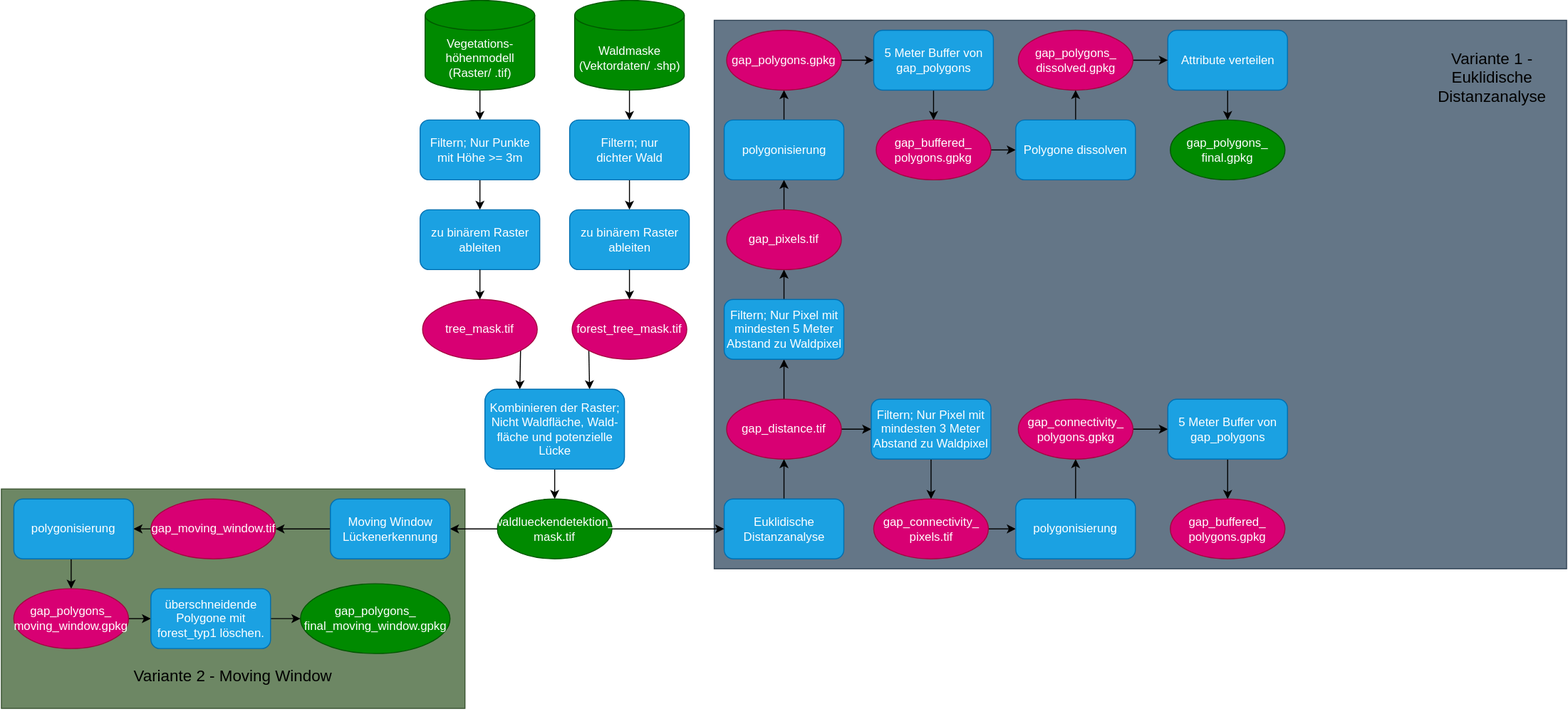
This is Lueckendetektion.drawio.svg from liobio72/Lueckendetektion, a draw.io export, as it was before one commit. Source tidied: cells renumbered, new cells last; positions are measured from the earlier drawing's top-left corner, leaving out a move shared by most shapes.
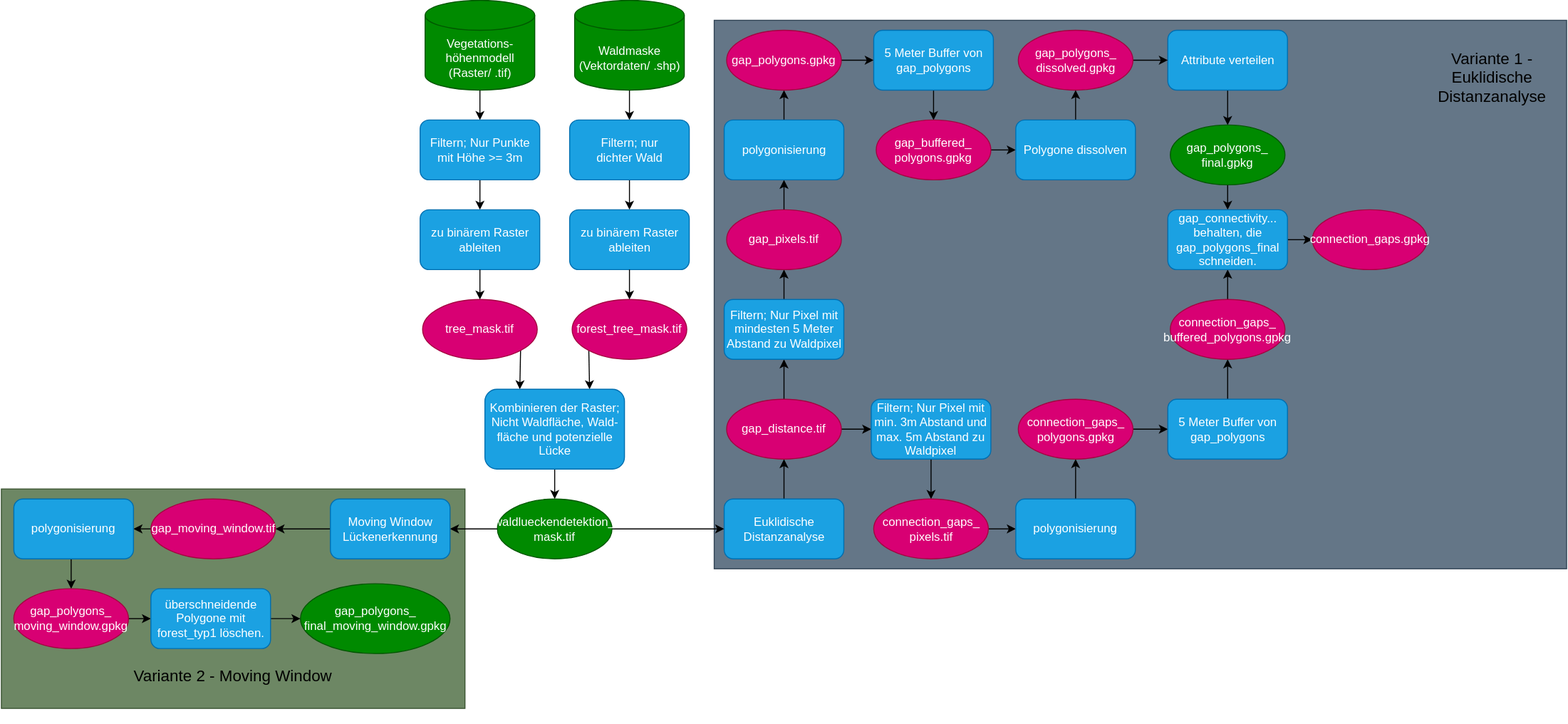
The same file after the commit.

Change to the diagram source:
```diff
@@ -140,8 +140,11 @@
     <mxCell id="47" value="Polygone dissolven" style="rounded=1;whiteSpace=wrap;html=1;fillColor=#1ba1e2;fontColor=#ffffff;strokeColor=#006EAF;" parent="1" vertex="1">
       <mxGeometry x="1017.5" y="120" width="120" height="60" as="geometry" />
     </mxCell>
+    <mxCell id="73" style="edgeStyle=orthogonalEdgeStyle;rounded=0;jettySize=auto;html=1;exitX=0.5;exitY=1;exitDx=0;exitDy=0;entryX=0.5;entryY=0;entryDx=0;entryDy=0;" parent="1" edge="1" source="48" target="76">
+      <mxGeometry relative="1" as="geometry" />
+    </mxCell>
     <mxCell id="48" value="gap_polygons_&lt;div&gt;final&lt;span style=&quot;background-color: transparent; color: light-dark(rgb(255, 255, 255), rgb(18, 18, 18));&quot;&gt;.gpkg&lt;/span&gt;&lt;/div&gt;" style="ellipse;whiteSpace=wrap;html=1;fillColor=#008a00;fontColor=#ffffff;strokeColor=#005700;" parent="1" vertex="1">
-      <mxGeometry x="1172.5" y="120" width="115" height="60" as="geometry" />
+      <mxGeometry x="1172.5" y="125" width="115" height="60" as="geometry" />
     </mxCell>
     <mxCell id="49" value="&lt;font style=&quot;font-size: 16px;&quot;&gt;Variante 1 - Euklidische Distanzanalyse&lt;/font&gt;" style="text;html=1;whiteSpace=wrap;strokeColor=none;fillColor=none;align=center;verticalAlign=middle;rounded=0;" parent="1" vertex="1">
       <mxGeometry x="1430" y="30" width="130" height="95" as="geometry" />
@@ -185,13 +188,13 @@
     <mxCell id="62" style="edgeStyle=orthogonalEdgeStyle;rounded=0;jettySize=auto;html=1;exitX=0.5;exitY=1;exitDx=0;exitDy=0;entryX=0.5;entryY=0;entryDx=0;entryDy=0;" parent="1" edge="1" source="63" target="65">
       <mxGeometry relative="1" as="geometry" />
     </mxCell>
-    <mxCell id="63" value="Filtern; Nur Pixel mit mindesten 3 Meter Abstand zu Waldpixel" style="rounded=1;whiteSpace=wrap;html=1;fillColor=#1ba1e2;fontColor=#ffffff;strokeColor=#006EAF;" parent="1" vertex="1">
+    <mxCell id="63" value="Filtern; Nur Pixel mit min. 3m Abstand und max. 5m Abstand zu Waldpixel" style="rounded=1;whiteSpace=wrap;html=1;fillColor=#1ba1e2;fontColor=#ffffff;strokeColor=#006EAF;" parent="1" vertex="1">
       <mxGeometry x="872.5" y="400" width="120" height="60" as="geometry" />
     </mxCell>
     <mxCell id="64" style="edgeStyle=orthogonalEdgeStyle;rounded=0;jettySize=auto;html=1;exitX=1;exitY=0.5;exitDx=0;exitDy=0;entryX=0;entryY=0.5;entryDx=0;entryDy=0;" parent="1" edge="1" source="65" target="67">
       <mxGeometry relative="1" as="geometry" />
     </mxCell>
-    <mxCell id="65" value="gap_connectivity_&lt;div&gt;pixels.tif&lt;/div&gt;" style="ellipse;whiteSpace=wrap;html=1;fillColor=#d80073;fontColor=#ffffff;strokeColor=#A50040;" parent="1" vertex="1">
+    <mxCell id="65" value="connection_gaps_&lt;div&gt;pixels.tif&lt;/div&gt;" style="ellipse;whiteSpace=wrap;html=1;fillColor=#d80073;fontColor=#ffffff;strokeColor=#A50040;" parent="1" vertex="1">
       <mxGeometry x="875" y="500" width="115" height="60" as="geometry" />
     </mxCell>
     <mxCell id="66" style="edgeStyle=orthogonalEdgeStyle;rounded=0;jettySize=auto;html=1;exitX=0.5;exitY=0;exitDx=0;exitDy=0;entryX=0.5;entryY=1;entryDx=0;entryDy=0;" parent="1" edge="1" source="67" target="69">
@@ -203,17 +206,29 @@
     <mxCell id="68" style="edgeStyle=orthogonalEdgeStyle;rounded=0;jettySize=auto;html=1;exitX=1;exitY=0.5;exitDx=0;exitDy=0;entryX=0;entryY=0.5;entryDx=0;entryDy=0;" parent="1" edge="1" source="69" target="71">
       <mxGeometry relative="1" as="geometry" />
     </mxCell>
-    <mxCell id="69" value="gap_connectivity_&lt;div&gt;polygons.gpkg&lt;/div&gt;" style="ellipse;whiteSpace=wrap;html=1;fillColor=#d80073;fontColor=#ffffff;strokeColor=#A50040;" parent="1" vertex="1">
+    <mxCell id="69" value="connection_gaps_&lt;div&gt;polygons.gpkg&lt;/div&gt;" style="ellipse;whiteSpace=wrap;html=1;fillColor=#d80073;fontColor=#ffffff;strokeColor=#A50040;" parent="1" vertex="1">
       <mxGeometry x="1020" y="400" width="115" height="60" as="geometry" />
     </mxCell>
-    <mxCell id="70" style="edgeStyle=orthogonalEdgeStyle;rounded=0;jettySize=auto;html=1;exitX=0.5;exitY=1;exitDx=0;exitDy=0;entryX=0.5;entryY=0;entryDx=0;entryDy=0;" parent="1" edge="1" source="71" target="72">
+    <mxCell id="70" style="edgeStyle=orthogonalEdgeStyle;rounded=0;jettySize=auto;html=1;exitX=0.5;exitY=0;exitDx=0;exitDy=0;entryX=0.5;entryY=1;entryDx=0;entryDy=0;" parent="1" edge="1" source="71" target="72">
       <mxGeometry relative="1" as="geometry" />
     </mxCell>
     <mxCell id="71" value="5 Meter Buffer von gap_polygons" style="rounded=1;whiteSpace=wrap;html=1;fillColor=#1ba1e2;fontColor=#ffffff;strokeColor=#006EAF;" parent="1" vertex="1">
       <mxGeometry x="1170" y="400" width="120" height="60" as="geometry" />
     </mxCell>
+    <mxCell id="74" style="edgeStyle=orthogonalEdgeStyle;rounded=0;jettySize=auto;html=1;exitX=0.5;exitY=0;exitDx=0;exitDy=0;entryX=0.5;entryY=1;entryDx=0;entryDy=0;" parent="1" edge="1" source="72" target="76">
+      <mxGeometry relative="1" as="geometry" />
+    </mxCell>
-    <mxCell id="72" value="gap_buffered_&lt;div&gt;polygons.gpkg&lt;/div&gt;" style="ellipse;whiteSpace=wrap;html=1;fillColor=#d80073;fontColor=#ffffff;strokeColor=#A50040;" parent="1" vertex="1">
-      <mxGeometry x="1172.5" y="500" width="115" height="60" as="geometry" />
+    <mxCell id="72" value="connection_gaps_&lt;div&gt;buffered_&lt;span style=&quot;background-color: transparent; color: light-dark(rgb(255, 255, 255), rgb(18, 18, 18));&quot;&gt;polygons.gpkg&lt;/span&gt;&lt;/div&gt;" style="ellipse;whiteSpace=wrap;html=1;fillColor=#d80073;fontColor=#ffffff;strokeColor=#A50040;" parent="1" vertex="1">
+      <mxGeometry x="1172.5" y="300" width="115" height="60" as="geometry" />
     </mxCell>
+    <mxCell id="75" style="edgeStyle=orthogonalEdgeStyle;rounded=0;jettySize=auto;html=1;exitX=1;exitY=0.5;exitDx=0;exitDy=0;entryX=0;entryY=0.5;entryDx=0;entryDy=0;" parent="1" edge="1" source="76" target="77">
+      <mxGeometry relative="1" as="geometry" />
+    </mxCell>
+    <mxCell id="76" value="gap_connectivity... behalten, die gap_polygons_final schneiden." style="rounded=1;whiteSpace=wrap;html=1;fillColor=#1ba1e2;fontColor=#ffffff;strokeColor=#006EAF;" parent="1" vertex="1">
+      <mxGeometry x="1170" y="210" width="120" height="60" as="geometry" />
+    </mxCell>
+    <mxCell id="77" value="&lt;div&gt;connection_gaps&lt;span style=&quot;background-color: transparent; color: light-dark(rgb(255, 255, 255), rgb(18, 18, 18));&quot;&gt;.gpkg&lt;/span&gt;&lt;/div&gt;" style="ellipse;whiteSpace=wrap;html=1;fillColor=#d80073;fontColor=#ffffff;strokeColor=#A50040;" parent="1" vertex="1">
+      <mxGeometry x="1315" y="210" width="115" height="60" as="geometry" />
+    </mxCell>
   </root>
 </mxGraphModel>
```
